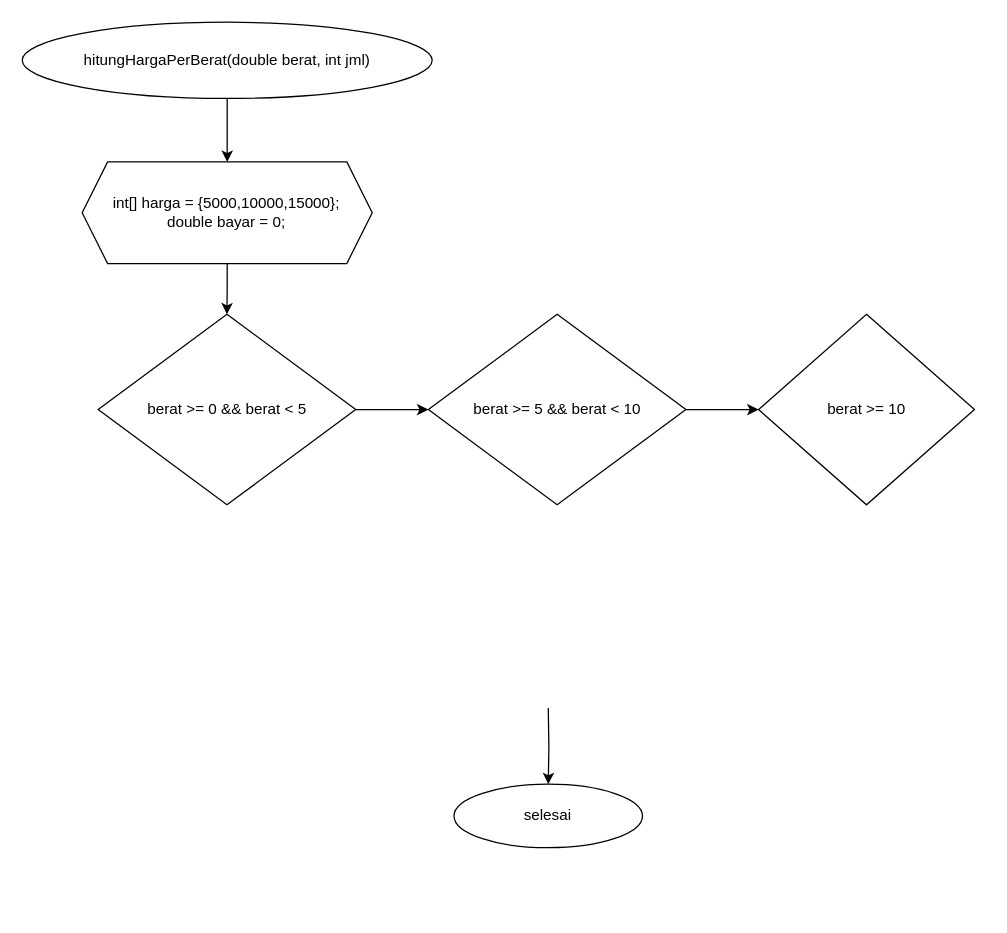
Above: page "hitungPerberat" (3 of 4) of fiturBarang().drawio in Diaputr/tugas-besar (draw.io), before the change. Source tidied: cells renumbered, new cells numbered last; positions are measured from the earlier drawing's top-left corner, leaving out a move shared by most shapes. Both pictures are drawn from the tidied source at 127%, with x=0, y=0 at pixel (22, 22).
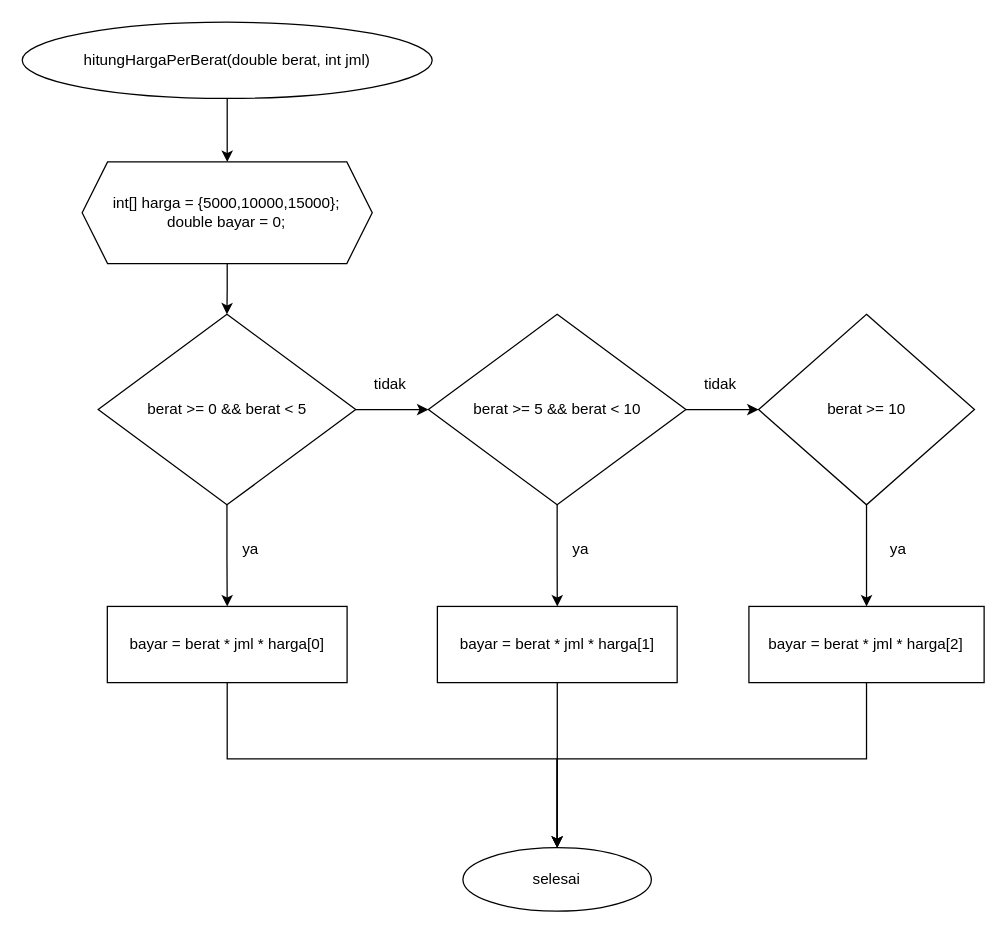
Above is the later version.

The change refers to these unchanged cells:
```xml
<mxCell id="9" value="berat &amp;gt;= 0 &amp;amp;&amp;amp; berat &amp;lt; 5" style="rhombus;whiteSpace=wrap;html=1;" parent="1" vertex="1">
  <mxGeometry x="59.8" y="230" width="202.8" height="150" as="geometry" />
</mxCell>
<mxCell id="11" value="berat &amp;gt;= 5 &amp;amp;&amp;amp; berat &amp;lt; 10" style="rhombus;whiteSpace=wrap;html=1;" parent="1" vertex="1">
  <mxGeometry x="319.8" y="230" width="202.8" height="150" as="geometry" />
</mxCell>
<mxCell id="12" value="berat &amp;gt;= 10" style="rhombus;whiteSpace=wrap;html=1;" parent="1" vertex="1">
  <mxGeometry x="579.8" y="230" width="170" height="150" as="geometry" />
</mxCell>
```

The edit, as a diff of the source:
```diff
@@
-    <mxCell id="4" style="edgeStyle=orthogonalEdgeStyle;rounded=0;jettySize=auto;html=1;" parent="1" edge="1" target="5">
-      <mxGeometry relative="1" as="geometry">
-        <mxPoint x="414.2" y="540" as="sourcePoint" />
-      </mxGeometry>
+    <mxCell id="4" style="edgeStyle=orthogonalEdgeStyle;rounded=0;jettySize=auto;html=1;" parent="1" edge="1" source="18" target="5">
+      <mxGeometry relative="1" as="geometry" />
     </mxCell>
     <mxCell id="5" value="selesai" style="ellipse;whiteSpace=wrap;html=1;" parent="1" vertex="1">
-      <mxGeometry x="340" y="600" width="148.4" height="50" as="geometry" />
+      <mxGeometry x="347" y="650" width="148.4" height="50" as="geometry" />
     </mxCell>
@@
+    <mxCell id="13" style="edgeStyle=orthogonalEdgeStyle;rounded=0;jettySize=auto;html=1;" parent="1" edge="1" source="9" target="17">
+      <mxGeometry relative="1" as="geometry" />
+    </mxCell>
@@
+    <mxCell id="14" style="edgeStyle=orthogonalEdgeStyle;rounded=0;jettySize=auto;html=1;" parent="1" edge="1" source="11" target="18">
+      <mxGeometry relative="1" as="geometry" />
+    </mxCell>
@@
+    <mxCell id="15" style="edgeStyle=orthogonalEdgeStyle;rounded=0;jettySize=auto;html=1;" parent="1" edge="1" source="12" target="20">
+      <mxGeometry relative="1" as="geometry" />
+    </mxCell>
@@
+    <mxCell id="16" style="edgeStyle=orthogonalEdgeStyle;rounded=0;jettySize=auto;html=1;exitX=0.5;exitY=1;exitDx=0;exitDy=0;entryX=0.5;entryY=0;entryDx=0;entryDy=0;" parent="1" edge="1" source="17" target="5">
+      <mxGeometry relative="1" as="geometry">
+        <Array as="points">
+          <mxPoint x="161" y="580" />
+          <mxPoint x="421" y="580" />
+        </Array>
+      </mxGeometry>
+    </mxCell>
+    <mxCell id="17" value="bayar = berat * jml * harga[0]" style="whiteSpace=wrap;html=1;" parent="1" vertex="1">
+      <mxGeometry x="67" y="460" width="188.8" height="60" as="geometry" />
+    </mxCell>
+    <mxCell id="18" value="&lt;span&gt;bayar = berat * jml * harga[1]&lt;/span&gt;" style="whiteSpace=wrap;html=1;" parent="1" vertex="1">
+      <mxGeometry x="326.9" y="460" width="188.8" height="60" as="geometry" />
+    </mxCell>
+    <mxCell id="19" style="edgeStyle=orthogonalEdgeStyle;rounded=0;jettySize=auto;html=1;exitX=0.5;exitY=1;exitDx=0;exitDy=0;entryX=0.5;entryY=0;entryDx=0;entryDy=0;" parent="1" edge="1" source="20" target="5">
+      <mxGeometry relative="1" as="geometry">
+        <Array as="points">
+          <mxPoint x="665" y="580" />
+          <mxPoint x="421" y="580" />
+        </Array>
+      </mxGeometry>
+    </mxCell>
+    <mxCell id="20" value="&lt;span&gt;bayar = berat * jml * harga[2]&lt;/span&gt;" style="whiteSpace=wrap;html=1;" parent="1" vertex="1">
+      <mxGeometry x="572.2" y="460" width="185.2" height="60" as="geometry" />
+    </mxCell>
+    <mxCell id="21" value="ya" style="text;html=1;strokeColor=none;fillColor=none;align=center;verticalAlign=middle;whiteSpace=wrap;rounded=0;" parent="1" vertex="1">
+      <mxGeometry x="150" y="400" width="60" height="30" as="geometry" />
+    </mxCell>
+    <mxCell id="22" value="ya" style="text;html=1;strokeColor=none;fillColor=none;align=center;verticalAlign=middle;whiteSpace=wrap;rounded=0;" parent="1" vertex="1">
+      <mxGeometry x="410" y="400" width="60" height="30" as="geometry" />
+    </mxCell>
+    <mxCell id="23" value="ya" style="text;html=1;strokeColor=none;fillColor=none;align=center;verticalAlign=middle;whiteSpace=wrap;rounded=0;" parent="1" vertex="1">
+      <mxGeometry x="660" y="400" width="60" height="30" as="geometry" />
+    </mxCell>
+    <mxCell id="24" value="tidak" style="text;html=1;strokeColor=none;fillColor=none;align=center;verticalAlign=middle;whiteSpace=wrap;rounded=0;" parent="1" vertex="1">
+      <mxGeometry x="259.8" y="270" width="60" height="30" as="geometry" />
+    </mxCell>
+    <mxCell id="25" value="tidak" style="text;html=1;strokeColor=none;fillColor=none;align=center;verticalAlign=middle;whiteSpace=wrap;rounded=0;" parent="1" vertex="1">
+      <mxGeometry x="519.8" y="270" width="60" height="30" as="geometry" />
+    </mxCell>
```
